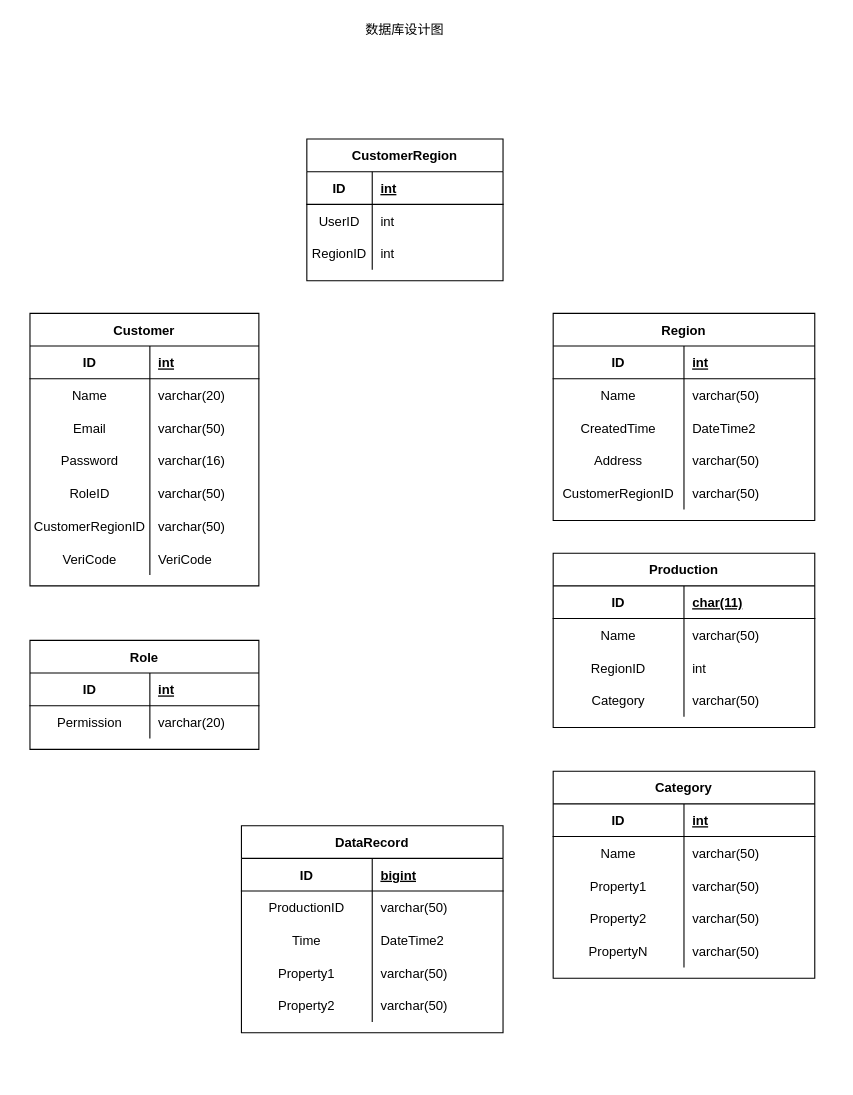
Before: page "数据库设计" (3 of 3) of SystemArch.drawio in wisdomLei/FakeMicroBlog, a draw.io diagram. Source tidied: cells renumbered, new cells numbered last; positions are measured from the earlier drawing's top-left corner, leaving out a move shared by most shapes. Both pictures are drawn from the tidied source at 109%, with x=0, y=0 at pixel (29, 19).
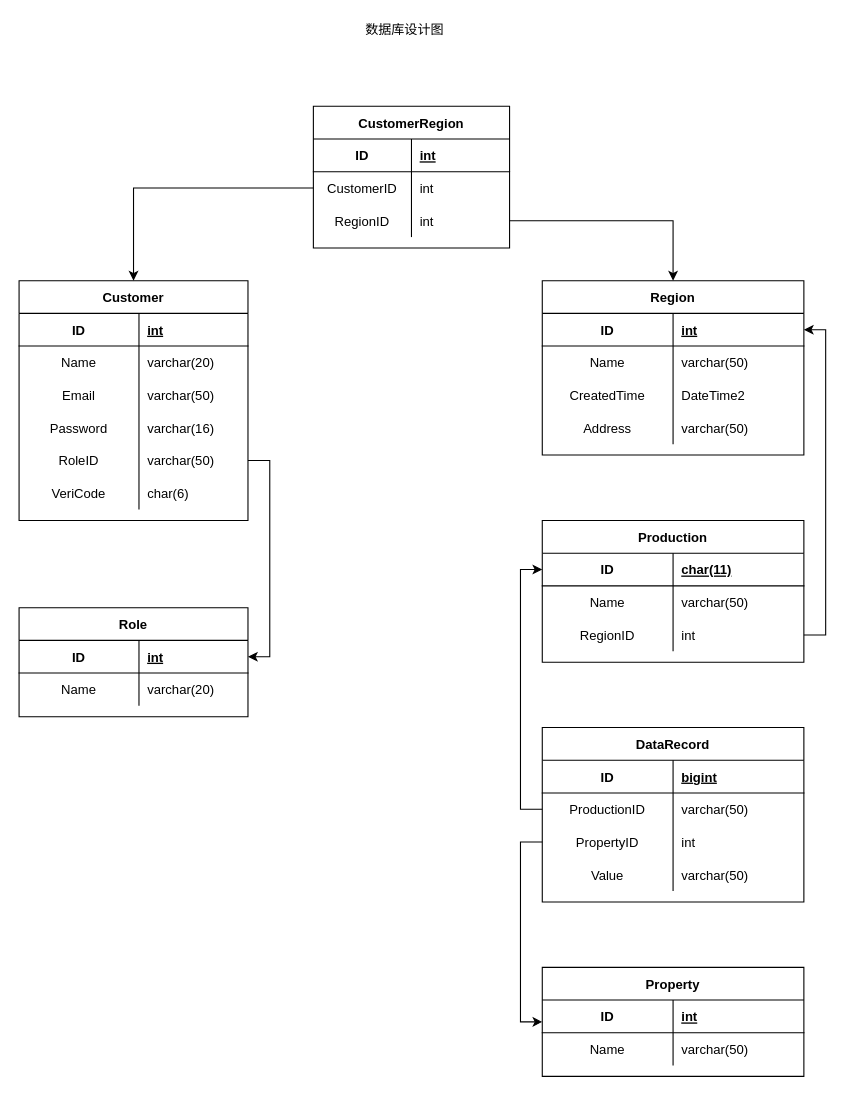
The same diagram, later.

Unchanged cells that the change refers to:
```xml
<mxCell id="4" style="shape=partialRectangle;fillColor=none;top=0;left=0;bottom=1;right=0;" parent="3" vertex="1">
  <mxGeometry y="30" width="180" height="30" as="geometry" />
</mxCell>
<mxCell id="7" style="shape=partialRectangle;fillColor=none;top=0;left=0;bottom=0;right=0;points=[[0,0.5],[1,0.5]];portConstraint=eastwest;" parent="3" vertex="1">
  <mxGeometry y="60" width="180" height="30" as="geometry" />
</mxCell>
<mxCell id="10" style="shape=partialRectangle;fillColor=none;top=0;left=0;bottom=0;right=0;points=[[0,0.5],[1,0.5]];portConstraint=eastwest;" parent="3" vertex="1">
  <mxGeometry y="90" width="180" height="30" as="geometry" />
</mxCell>
<mxCell id="26" style="shape=partialRectangle;fillColor=none;top=0;left=0;bottom=0;right=0;points=[[0,0.5],[1,0.5]];portConstraint=eastwest;" parent="13" vertex="1">
  <mxGeometry y="150" width="210" height="30" as="geometry" />
</mxCell>
<mxCell id="36" style="shape=partialRectangle;fillColor=none;top=0;left=0;bottom=1;right=0;points=[[0,0.5],[1,0.5]];portConstraint=eastwest;" parent="35" vertex="1">
  <mxGeometry y="30" width="240" height="30" as="geometry" />
</mxCell>
<mxCell id="52" style="shape=partialRectangle;fillColor=none;top=0;left=0;bottom=1;right=0;points=[[0,0.5],[1,0.5]];portConstraint=eastwest;" parent="51" vertex="1">
  <mxGeometry y="30" width="240" height="30" as="geometry" />
</mxCell>
<mxCell id="58" style="shape=partialRectangle;fillColor=none;top=0;left=0;bottom=0;right=0;points=[[0,0.5],[1,0.5]];portConstraint=eastwest;" parent="51" vertex="1">
  <mxGeometry y="90" width="240" height="30" as="geometry" />
</mxCell>
<mxCell id="65" style="shape=partialRectangle;fillColor=none;top=0;left=0;bottom=1;right=0;points=[[0,0.5],[1,0.5]];portConstraint=eastwest;" parent="64" vertex="1">
  <mxGeometry y="30" width="210" height="30" as="geometry" />
</mxCell>
<mxCell id="68" style="shape=partialRectangle;fillColor=none;top=0;left=0;bottom=0;right=0;" parent="64" vertex="1">
  <mxGeometry y="60" width="210" height="30" as="geometry" />
</mxCell>
<mxCell id="91" style="shape=partialRectangle;fillColor=none;top=0;left=0;bottom=0;right=0;points=[[0,0.5],[1,0.5]];portConstraint=eastwest;" parent="87" vertex="1">
  <mxGeometry y="60" width="240" height="30" as="geometry" />
</mxCell>
<mxCell id="94" style="shape=partialRectangle;fillColor=none;top=0;left=0;bottom=0;right=0;points=[[0,0.5],[1,0.5]];portConstraint=eastwest;" parent="87" vertex="1">
  <mxGeometry y="90" width="240" height="30" as="geometry" />
</mxCell>
```

Diff of the diagram source:
```diff
@@
     <mxCell id="3" value="CustomerRegion" style="shape=table;startSize=30;childLayout=tableLayout;rowLines=0;fontStyle=1;align=center;" parent="1" vertex="1">
-      <mxGeometry x="254" y="110" width="180" height="130" as="geometry" />
+      <mxGeometry x="260" y="80" width="180" height="130" as="geometry" />
     </mxCell>
@@
     <mxCell id="5" value="ID" style="shape=partialRectangle;fillColor=none;top=0;left=0;bottom=0;right=0;fontStyle=1;overflow=hidden;" parent="4" vertex="1">
-      <mxGeometry width="60" height="30" as="geometry" />
+      <mxGeometry width="90" height="30" as="geometry" />
     </mxCell>
     <mxCell id="6" value="int" style="shape=partialRectangle;fillColor=none;top=0;left=0;bottom=0;right=0;align=left;spacingLeft=6;fontStyle=5;overflow=hidden;" parent="4" vertex="1">
-      <mxGeometry x="60" width="120" height="30" as="geometry" />
+      <mxGeometry x="90" width="90" height="30" as="geometry" />
     </mxCell>
@@
-    <mxCell id="8" value="UserID" style="shape=partialRectangle;fillColor=none;top=0;left=0;bottom=0;right=0;overflow=hidden;" parent="7" vertex="1">
-      <mxGeometry width="60" height="30" as="geometry" />
+    <mxCell id="8" value="CustomerID" style="shape=partialRectangle;fillColor=none;top=0;left=0;bottom=0;right=0;overflow=hidden;" parent="7" vertex="1">
+      <mxGeometry width="90" height="30" as="geometry" />
     </mxCell>
     <mxCell id="9" value="int" style="shape=partialRectangle;fillColor=none;top=0;left=0;bottom=0;right=0;align=left;spacingLeft=6;overflow=hidden;" parent="7" vertex="1">
-      <mxGeometry x="60" width="120" height="30" as="geometry" />
+      <mxGeometry x="90" width="90" height="30" as="geometry" />
     </mxCell>
@@
     <mxCell id="11" value="RegionID" style="shape=partialRectangle;fillColor=none;top=0;left=0;bottom=0;right=0;overflow=hidden;" parent="10" vertex="1">
-      <mxGeometry width="60" height="30" as="geometry" />
+      <mxGeometry width="90" height="30" as="geometry" />
     </mxCell>
     <mxCell id="12" value="int" style="shape=partialRectangle;fillColor=none;top=0;left=0;bottom=0;right=0;align=left;spacingLeft=6;overflow=hidden;" parent="10" vertex="1">
-      <mxGeometry x="60" width="120" height="30" as="geometry" />
+      <mxGeometry x="90" width="90" height="30" as="geometry" />
     </mxCell>
     <mxCell id="13" value="Customer" style="shape=table;startSize=30;childLayout=tableLayout;rowLines=0;fontStyle=1;align=center;" parent="1" vertex="1">
-      <mxGeometry y="270" width="210" height="250" as="geometry" />
+      <mxGeometry x="-10" y="240" width="210" height="220" as="geometry" />
     </mxCell>
@@
-    <mxCell id="29" style="shape=partialRectangle;fillColor=none;top=0;left=0;bottom=0;right=0;" parent="13" vertex="1">
-      <mxGeometry y="180" width="210" height="30" as="geometry" />
-    </mxCell>
-    <mxCell id="30" value="CustomerRegionID" style="shape=partialRectangle;fillColor=none;top=0;left=0;bottom=0;right=0;overflow=hidden;" parent="29" vertex="1">
-      <mxGeometry width="110" height="30" as="geometry" />
-    </mxCell>
-    <mxCell id="31" value="varchar(50)" style="shape=partialRectangle;fillColor=none;top=0;left=0;bottom=0;right=0;align=left;spacingLeft=6;overflow=hidden;" parent="29" vertex="1">
-      <mxGeometry x="110" width="100" height="30" as="geometry" />
-    </mxCell>
     <mxCell id="32" style="shape=partialRectangle;fillColor=none;top=0;left=0;bottom=0;right=0;" parent="13" vertex="1">
-      <mxGeometry y="210" width="210" height="30" as="geometry" />
+      <mxGeometry y="180" width="210" height="30" as="geometry" />
     </mxCell>
@@
-    <mxCell id="34" value="VeriCode" style="shape=partialRectangle;fillColor=none;top=0;left=0;bottom=0;right=0;align=left;spacingLeft=6;overflow=hidden;" parent="32" vertex="1">
+    <mxCell id="34" value="char(6)" style="shape=partialRectangle;fillColor=none;top=0;left=0;bottom=0;right=0;align=left;spacingLeft=6;overflow=hidden;" parent="32" vertex="1">
       <mxGeometry x="110" width="100" height="30" as="geometry" />
     </mxCell>
     <mxCell id="35" value="Region" style="shape=table;startSize=30;childLayout=tableLayout;rowLines=0;fontStyle=1;align=center;" parent="1" vertex="1">
-      <mxGeometry x="480" y="270" width="240" height="190" as="geometry" />
+      <mxGeometry x="470" y="240" width="240" height="160" as="geometry" />
     </mxCell>
@@
-    <mxCell id="48" style="shape=partialRectangle;fillColor=none;top=0;left=0;bottom=0;right=0;" parent="35" vertex="1">
-      <mxGeometry y="150" width="240" height="30" as="geometry" />
-    </mxCell>
-    <mxCell id="49" value="CustomerRegionID" style="shape=partialRectangle;fillColor=none;top=0;left=0;bottom=0;right=0;overflow=hidden;" parent="48" vertex="1">
-      <mxGeometry width="120" height="30" as="geometry" />
-    </mxCell>
-    <mxCell id="50" value="varchar(50)" style="shape=partialRectangle;fillColor=none;top=0;left=0;bottom=0;right=0;align=left;spacingLeft=6;overflow=hidden;" parent="48" vertex="1">
-      <mxGeometry x="120" width="120" height="30" as="geometry" />
-    </mxCell>
     <mxCell id="51" value="Production" style="shape=table;startSize=30;childLayout=tableLayout;rowLines=0;fontStyle=1;align=center;" parent="1" vertex="1">
-      <mxGeometry x="480" y="490" width="240" height="160" as="geometry" />
+      <mxGeometry x="470" y="460" width="240" height="130" as="geometry" />
     </mxCell>
@@
-    <mxCell id="61" style="shape=partialRectangle;fillColor=none;top=0;left=0;bottom=0;right=0;" parent="51" vertex="1">
-      <mxGeometry y="120" width="240" height="30" as="geometry" />
-    </mxCell>
-    <mxCell id="62" value="Category" style="shape=partialRectangle;fillColor=none;top=0;left=0;bottom=0;right=0;overflow=hidden;" parent="61" vertex="1">
-      <mxGeometry width="120" height="30" as="geometry" />
-    </mxCell>
-    <mxCell id="63" value="varchar(50)" style="shape=partialRectangle;fillColor=none;top=0;left=0;bottom=0;right=0;align=left;spacingLeft=6;overflow=hidden;" parent="61" vertex="1">
-      <mxGeometry x="120" width="120" height="30" as="geometry" />
-    </mxCell>
     <mxCell id="64" value="Role" style="shape=table;startSize=30;childLayout=tableLayout;rowLines=0;fontStyle=1;align=center;" parent="1" vertex="1">
-      <mxGeometry y="570" width="210" height="100" as="geometry" />
+      <mxGeometry x="-10" y="540" width="210" height="100" as="geometry" />
     </mxCell>
@@
-    <mxCell id="69" value="Permission" style="shape=partialRectangle;fillColor=none;top=0;left=0;bottom=0;right=0;overflow=hidden;" parent="68" vertex="1">
+    <mxCell id="69" value="Name" style="shape=partialRectangle;fillColor=none;top=0;left=0;bottom=0;right=0;overflow=hidden;" parent="68" vertex="1">
       <mxGeometry width="110" height="30" as="geometry" />
     </mxCell>
@@
-    <mxCell id="71" value="Category" style="shape=table;startSize=30;childLayout=tableLayout;rowLines=0;fontStyle=1;align=center;" parent="1" vertex="1">
-      <mxGeometry x="480" y="690" width="240" height="190" as="geometry" />
+    <mxCell id="71" value="Property" style="shape=table;startSize=30;childLayout=tableLayout;rowLines=0;fontStyle=1;align=center;" parent="1" vertex="1">
+      <mxGeometry x="470" y="870" width="240" height="100" as="geometry" />
     </mxCell>
@@
-    <mxCell id="78" style="shape=partialRectangle;fillColor=none;top=0;left=0;bottom=0;right=0;" parent="71" vertex="1">
-      <mxGeometry y="90" width="240" height="30" as="geometry" />
-    </mxCell>
-    <mxCell id="79" value="Property1" style="shape=partialRectangle;fillColor=none;top=0;left=0;bottom=0;right=0;overflow=hidden;" parent="78" vertex="1">
-      <mxGeometry width="120" height="30" as="geometry" />
-    </mxCell>
-    <mxCell id="80" value="varchar(50)" style="shape=partialRectangle;fillColor=none;top=0;left=0;bottom=0;right=0;align=left;spacingLeft=6;overflow=hidden;" parent="78" vertex="1">
-      <mxGeometry x="120" width="120" height="30" as="geometry" />
-    </mxCell>
-    <mxCell id="81" style="shape=partialRectangle;fillColor=none;top=0;left=0;bottom=0;right=0;" parent="71" vertex="1">
-      <mxGeometry y="120" width="240" height="30" as="geometry" />
-    </mxCell>
-    <mxCell id="82" value="Property2" style="shape=partialRectangle;fillColor=none;top=0;left=0;bottom=0;right=0;overflow=hidden;" parent="81" vertex="1">
-      <mxGeometry width="120" height="30" as="geometry" />
-    </mxCell>
-    <mxCell id="83" value="varchar(50)" style="shape=partialRectangle;fillColor=none;top=0;left=0;bottom=0;right=0;align=left;spacingLeft=6;overflow=hidden;" parent="81" vertex="1">
-      <mxGeometry x="120" width="120" height="30" as="geometry" />
-    </mxCell>
-    <mxCell id="84" style="shape=partialRectangle;fillColor=none;top=0;left=0;bottom=0;right=0;" parent="71" vertex="1">
-      <mxGeometry y="150" width="240" height="30" as="geometry" />
-    </mxCell>
-    <mxCell id="85" value="PropertyN" style="shape=partialRectangle;fillColor=none;top=0;left=0;bottom=0;right=0;overflow=hidden;" parent="84" vertex="1">
-      <mxGeometry width="120" height="30" as="geometry" />
-    </mxCell>
-    <mxCell id="86" value="varchar(50)" style="shape=partialRectangle;fillColor=none;top=0;left=0;bottom=0;right=0;align=left;spacingLeft=6;overflow=hidden;" parent="84" vertex="1">
-      <mxGeometry x="120" width="120" height="30" as="geometry" />
-    </mxCell>
     <mxCell id="87" value="DataRecord" style="shape=table;startSize=30;childLayout=tableLayout;rowLines=0;fontStyle=1;align=center;" parent="1" vertex="1">
-      <mxGeometry x="194" y="740" width="240" height="190" as="geometry" />
+      <mxGeometry x="470" y="650" width="240" height="160" as="geometry" />
     </mxCell>
@@
-    <mxCell id="95" value="Time" style="shape=partialRectangle;fillColor=none;top=0;left=0;bottom=0;right=0;overflow=hidden;" parent="94" vertex="1">
+    <mxCell id="95" value="PropertyID" style="shape=partialRectangle;fillColor=none;top=0;left=0;bottom=0;right=0;overflow=hidden;" parent="94" vertex="1">
       <mxGeometry width="120" height="30" as="geometry" />
     </mxCell>
-    <mxCell id="96" value="DateTime2" style="shape=partialRectangle;fillColor=none;top=0;left=0;bottom=0;right=0;align=left;spacingLeft=6;overflow=hidden;" parent="94" vertex="1">
+    <mxCell id="96" value="int" style="shape=partialRectangle;fillColor=none;top=0;left=0;bottom=0;right=0;align=left;spacingLeft=6;overflow=hidden;" parent="94" vertex="1">
       <mxGeometry x="120" width="120" height="30" as="geometry" />
     </mxCell>
-    <mxCell id="97" style="shape=partialRectangle;fillColor=none;top=0;left=0;bottom=0;right=0;" parent="87" vertex="1">
-      <mxGeometry y="120" width="240" height="30" as="geometry" />
-    </mxCell>
-    <mxCell id="98" value="Property1" style="shape=partialRectangle;fillColor=none;top=0;left=0;bottom=0;right=0;overflow=hidden;" parent="97" vertex="1">
-      <mxGeometry width="120" height="30" as="geometry" />
-    </mxCell>
-    <mxCell id="99" value="varchar(50)" style="shape=partialRectangle;fillColor=none;top=0;left=0;bottom=0;right=0;align=left;spacingLeft=6;overflow=hidden;" parent="97" vertex="1">
-      <mxGeometry x="120" width="120" height="30" as="geometry" />
-    </mxCell>
     <mxCell id="100" style="shape=partialRectangle;fillColor=none;top=0;left=0;bottom=0;right=0;" parent="87" vertex="1">
-      <mxGeometry y="150" width="240" height="30" as="geometry" />
+      <mxGeometry y="120" width="240" height="30" as="geometry" />
     </mxCell>
-    <mxCell id="101" value="Property2" style="shape=partialRectangle;fillColor=none;top=0;left=0;bottom=0;right=0;overflow=hidden;" parent="100" vertex="1">
+    <mxCell id="101" value="Value" style="shape=partialRectangle;fillColor=none;top=0;left=0;bottom=0;right=0;overflow=hidden;" parent="100" vertex="1">
       <mxGeometry width="120" height="30" as="geometry" />
     </mxCell>
@@
+    <mxCell id="103" style="edgeStyle=orthogonalEdgeStyle;rounded=0;jettySize=auto;html=1;exitX=1;exitY=0.5;exitDx=0;exitDy=0;" parent="1" edge="1" source="10" target="35">
+      <mxGeometry relative="1" as="geometry" />
+    </mxCell>
+    <mxCell id="104" style="edgeStyle=orthogonalEdgeStyle;rounded=0;jettySize=auto;html=1;exitX=1;exitY=0.5;exitDx=0;exitDy=0;entryX=1;entryY=0.5;entryDx=0;entryDy=0;" parent="1" edge="1" source="26" target="65">
+      <mxGeometry relative="1" as="geometry" />
+    </mxCell>
+    <mxCell id="105" style="edgeStyle=orthogonalEdgeStyle;rounded=0;jettySize=auto;html=1;exitX=0;exitY=0.5;exitDx=0;exitDy=0;entryX=0.5;entryY=0;entryDx=0;entryDy=0;" parent="1" edge="1" source="7" target="13">
+      <mxGeometry relative="1" as="geometry" />
+    </mxCell>
+    <mxCell id="106" style="edgeStyle=orthogonalEdgeStyle;rounded=0;jettySize=auto;html=1;exitX=0;exitY=0.5;exitDx=0;exitDy=0;entryX=0;entryY=0.5;entryDx=0;entryDy=0;" parent="1" edge="1" source="91" target="52">
+      <mxGeometry relative="1" as="geometry" />
+    </mxCell>
+    <mxCell id="107" style="edgeStyle=orthogonalEdgeStyle;rounded=0;jettySize=auto;html=1;exitX=0;exitY=0.5;exitDx=0;exitDy=0;entryX=0;entryY=0.5;entryDx=0;entryDy=0;" parent="1" edge="1" source="94" target="71">
+      <mxGeometry relative="1" as="geometry" />
+    </mxCell>
+    <mxCell id="108" style="edgeStyle=orthogonalEdgeStyle;rounded=0;jettySize=auto;html=1;exitX=1;exitY=0.5;exitDx=0;exitDy=0;entryX=1;entryY=0.5;entryDx=0;entryDy=0;" parent="1" edge="1" source="58" target="36">
+      <mxGeometry relative="1" as="geometry" />
+    </mxCell>
```
